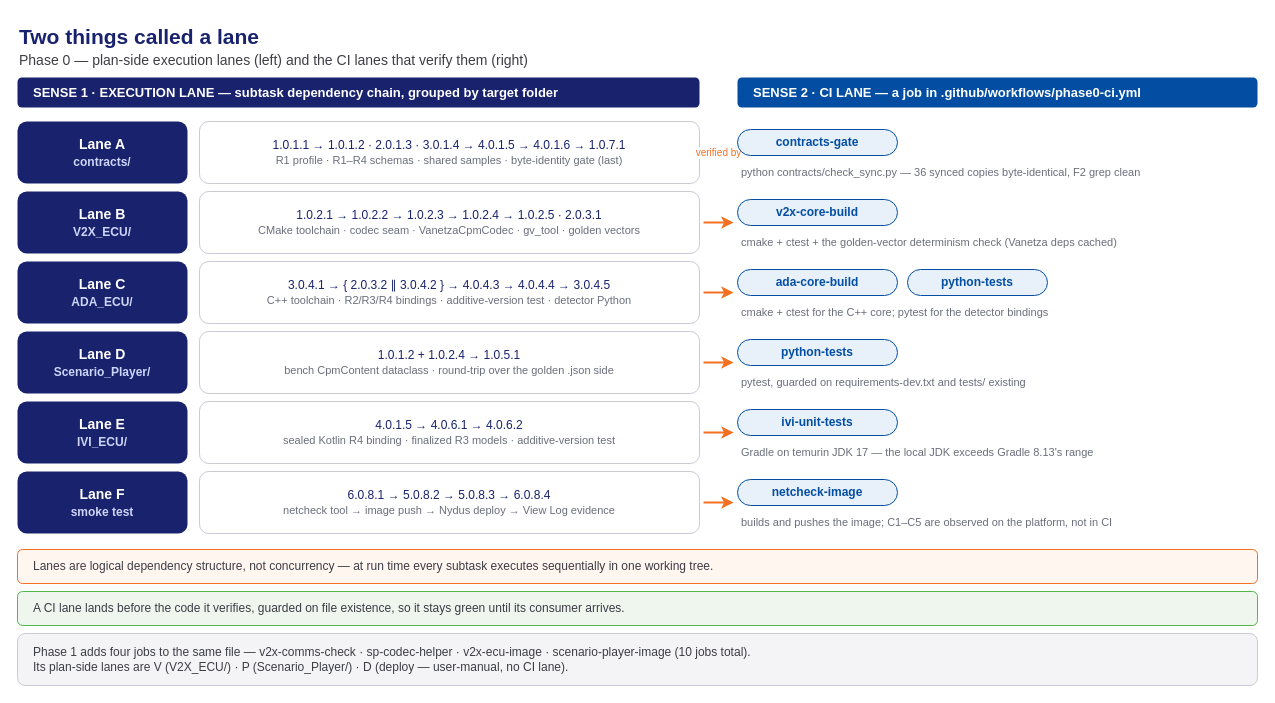
The draw.io diagram presentation/assets/phase0-lanes.drawio in mnpham2101/FPT-Hackathon2026, before the edit. Source tidied: cells renumbered, new cells numbered last; positions are measured from the earlier drawing's top-left corner, leaving out a move shared by most shapes. Both pictures are drawn from the tidied source at 100%, with x=0, y=0 at pixel (17, 17).
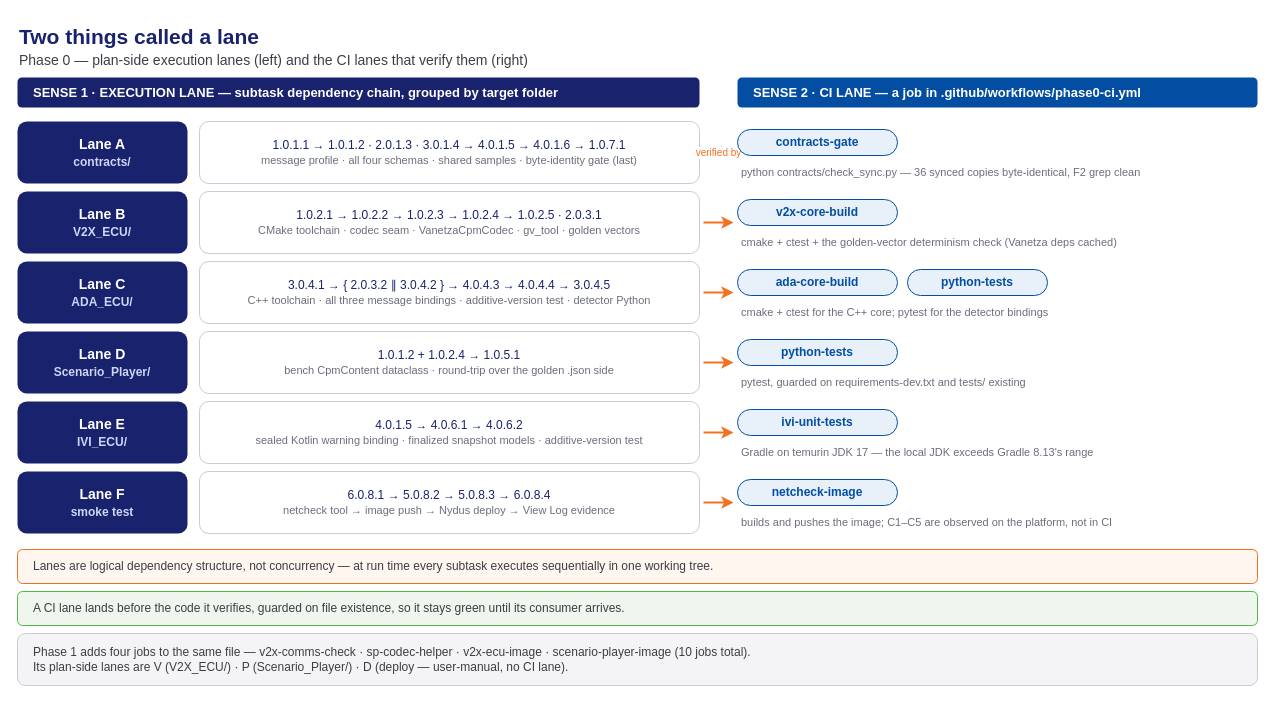
The same page after the edit.

Diff of the diagram source:
```diff
@@
-    <mxCell id="12" value="1.0.1.1 → 1.0.1.2 · 2.0.1.3 · 3.0.1.4 → 4.0.1.5 → 4.0.1.6 → 1.0.7.1&lt;br&gt;&lt;font color=&quot;#6b6e7b&quot; style=&quot;font-size:11px&quot;&gt;R1 profile · R1–R4 schemas · shared samples · byte-identity gate (last)&lt;/font&gt;" style="rounded=1;whiteSpace=wrap;html=1;fillColor=#ffffff;strokeColor=#c9cbd6;fontColor=#19226D;fontSize=12;" parent="1" vertex="1">
+    <mxCell id="12" value="1.0.1.1 → 1.0.1.2 · 2.0.1.3 · 3.0.1.4 → 4.0.1.5 → 4.0.1.6 → 1.0.7.1&lt;br&gt;&lt;font color=&quot;#6b6e7b&quot; style=&quot;font-size:11px&quot;&gt;message profile · all four schemas · shared samples · byte-identity gate (last)&lt;/font&gt;" style="rounded=1;whiteSpace=wrap;html=1;fillColor=#ffffff;strokeColor=#c9cbd6;fontColor=#19226D;fontSize=12;" parent="1" vertex="1">
       <mxGeometry x="182" y="104" width="500" height="62" as="geometry" />
     </mxCell>
@@
-    <mxCell id="14" value="3.0.4.1 → { 2.0.3.2 ∥ 3.0.4.2 } → 4.0.4.3 → 4.0.4.4 → 3.0.4.5&lt;br&gt;&lt;font color=&quot;#6b6e7b&quot; style=&quot;font-size:11px&quot;&gt;C++ toolchain · R2/R3/R4 bindings · additive-version test · detector Python&lt;/font&gt;" style="rounded=1;whiteSpace=wrap;html=1;fillColor=#ffffff;strokeColor=#c9cbd6;fontColor=#19226D;fontSize=12;" parent="1" vertex="1">
+    <mxCell id="14" value="3.0.4.1 → { 2.0.3.2 ∥ 3.0.4.2 } → 4.0.4.3 → 4.0.4.4 → 3.0.4.5&lt;br&gt;&lt;font color=&quot;#6b6e7b&quot; style=&quot;font-size:11px&quot;&gt;C++ toolchain · all three message bindings · additive-version test · detector Python&lt;/font&gt;" style="rounded=1;whiteSpace=wrap;html=1;fillColor=#ffffff;strokeColor=#c9cbd6;fontColor=#19226D;fontSize=12;" parent="1" vertex="1">
       <mxGeometry x="182" y="244" width="500" height="62" as="geometry" />
     </mxCell>
@@
-    <mxCell id="16" value="4.0.1.5 → 4.0.6.1 → 4.0.6.2&lt;br&gt;&lt;font color=&quot;#6b6e7b&quot; style=&quot;font-size:11px&quot;&gt;sealed Kotlin R4 binding · finalized R3 models · additive-version test&lt;/font&gt;" style="rounded=1;whiteSpace=wrap;html=1;fillColor=#ffffff;strokeColor=#c9cbd6;fontColor=#19226D;fontSize=12;" parent="1" vertex="1">
+    <mxCell id="16" value="4.0.1.5 → 4.0.6.1 → 4.0.6.2&lt;br&gt;&lt;font color=&quot;#6b6e7b&quot; style=&quot;font-size:11px&quot;&gt;sealed Kotlin warning binding · finalized snapshot models · additive-version test&lt;/font&gt;" style="rounded=1;whiteSpace=wrap;html=1;fillColor=#ffffff;strokeColor=#c9cbd6;fontColor=#19226D;fontSize=12;" parent="1" vertex="1">
       <mxGeometry x="182" y="384" width="500" height="62" as="geometry" />
     </mxCell>
```
